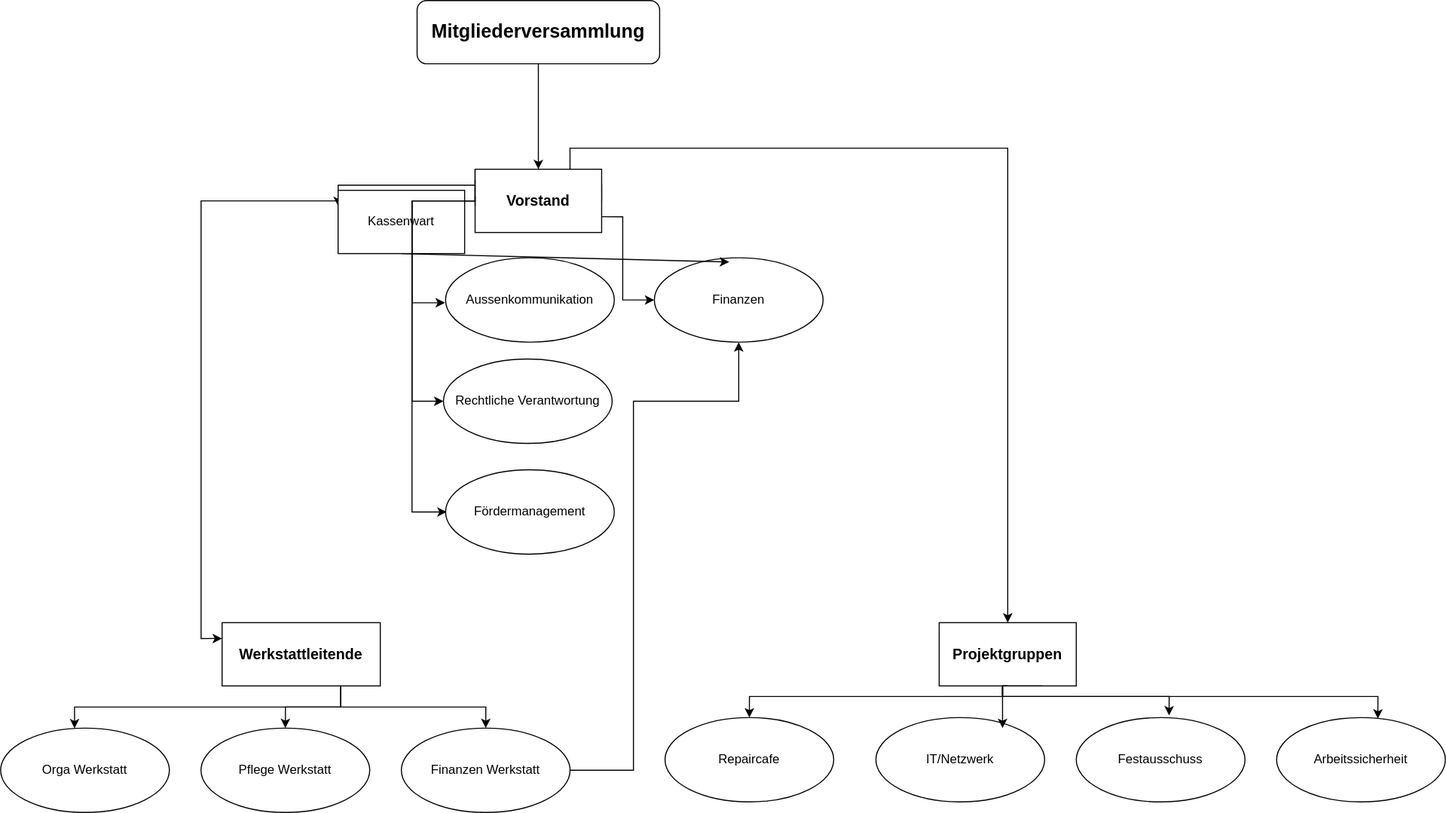
Earlier version of the draw.io export Garagelab.drawio.svg (garagelab-dus/organigram). Source tidied: cells renumbered, new cells last; positions are measured from the earlier drawing's top-left corner, leaving out a move shared by most shapes.
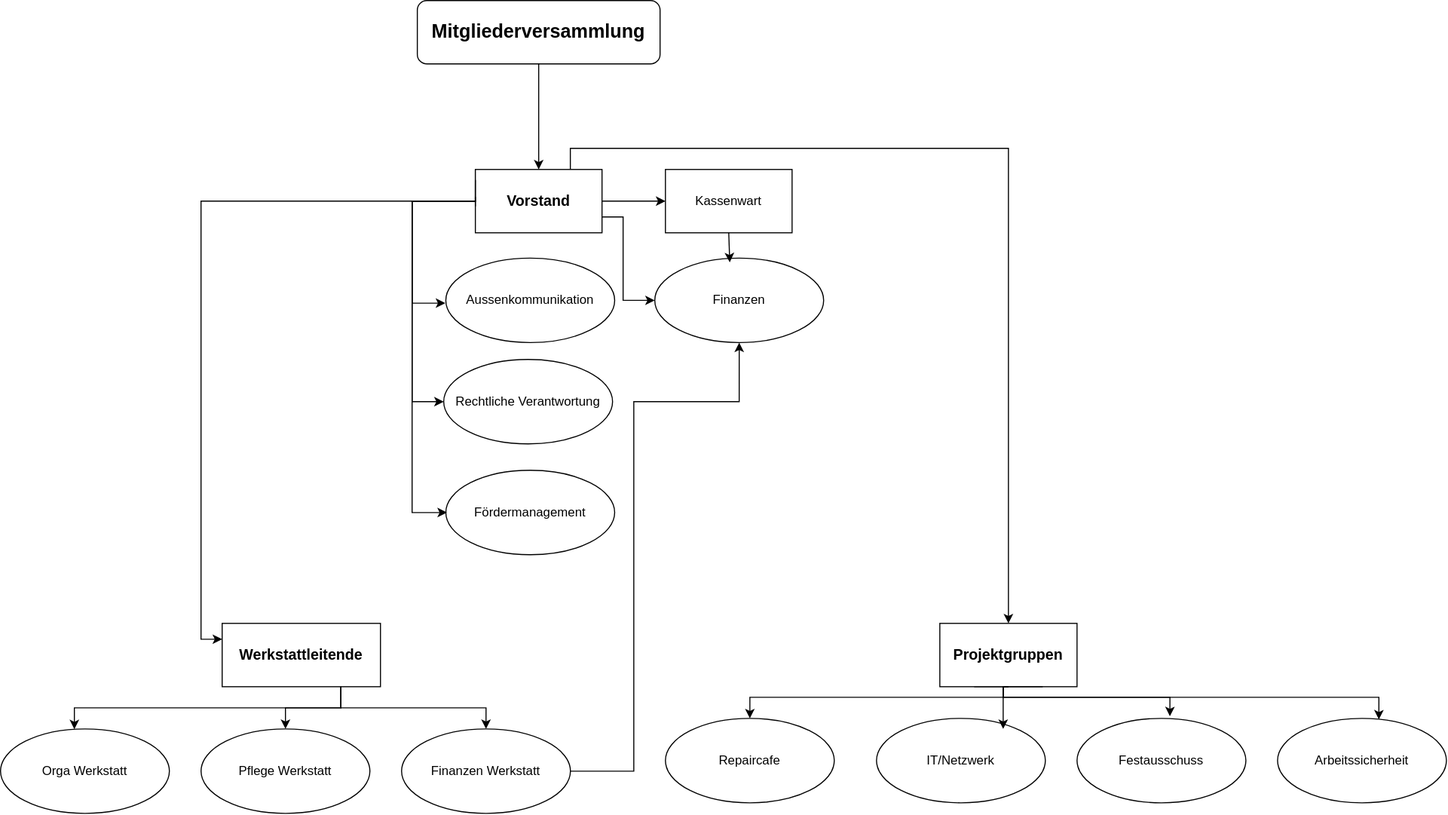
Above is the later version.

Change to the diagram source:
```diff
@@ -2,12 +2,8 @@
   <root>
     <mxCell id="0" />
     <mxCell id="1" parent="0" />
-    <mxCell id="2" style="edgeStyle=orthogonalEdgeStyle;rounded=0;jettySize=auto;html=1;exitX=1;exitY=0.5;exitDx=0;exitDy=0;entryX=0;entryY=0.25;entryDx=0;entryDy=0;" parent="1" edge="1" source="5" target="7">
-      <mxGeometry relative="1" as="geometry">
-        <Array as="points">
-          <mxPoint x="569.9" y="175" />
-        </Array>
-      </mxGeometry>
+    <mxCell id="2" style="rounded=0;jettySize=auto;html=1;exitX=1;exitY=0.5;exitDx=0;exitDy=0;entryX=0;entryY=0.5;entryDx=0;entryDy=0;" parent="1" edge="1" source="5" target="7">
+      <mxGeometry relative="1" as="geometry" />
     </mxCell>
     <mxCell id="3" style="edgeStyle=orthogonalEdgeStyle;rounded=0;jettySize=auto;html=1;exitX=0;exitY=0;exitDx=0;exitDy=0;entryX=0;entryY=0.25;entryDx=0;entryDy=0;" parent="1" edge="1" source="5" target="17">
       <mxGeometry relative="1" as="geometry">
@@ -33,7 +29,7 @@
       </mxGeometry>
     </mxCell>
     <mxCell id="7" value="Kassenwart" style="rounded=0;whiteSpace=wrap;html=1;" parent="1" vertex="1">
-      <mxGeometry x="320" y="180" width="120" height="60" as="geometry" />
+      <mxGeometry x="630" y="160" width="120" height="60" as="geometry" />
     </mxCell>
     <mxCell id="8" style="edgeStyle=orthogonalEdgeStyle;rounded=0;jettySize=auto;html=1;exitX=0.5;exitY=1;exitDx=0;exitDy=0;" parent="1" edge="1" source="9" target="5">
       <mxGeometry relative="1" as="geometry" />
```
